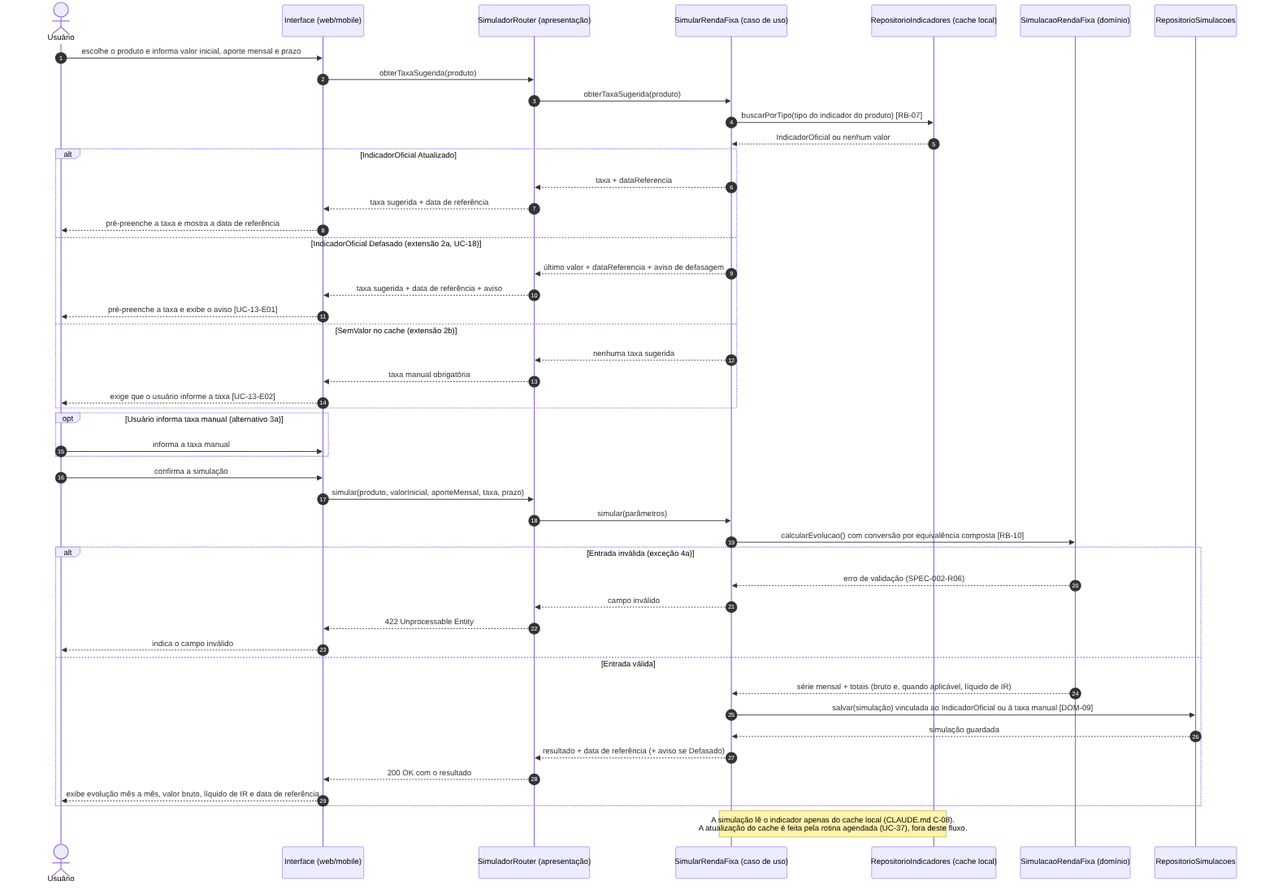
Before: docs/uml/seq-UC-13.png, a diagram exported from Mermaid (EricToshioGoya/Finance-management). Its source is kept beside it as docs/uml/seq-UC-13.mmd. Source of this version:
```mermaid
sequenceDiagram
    autonumber
    actor U as Usuário
    participant UI as Interface (web/mobile)
    participant R as SimuladorRouter (apresentação)
    participant C as SimularRendaFixa (caso de uso)
    participant I as RepositorioIndicadores (cache local)
    participant S as SimulacaoRendaFixa (domínio)
    participant DB as RepositorioSimulacoes

    U->>UI: escolhe o produto e informa valor inicial, aporte mensal e prazo
    UI->>R: obterTaxaSugerida(produto)
    R->>C: obterTaxaSugerida(produto)
    C->>I: buscarPorTipo(tipo do indicador do produto) [RB-07]
    I-->>C: IndicadorOficial ou nenhum valor

    alt IndicadorOficial Atualizado
        C-->>R: taxa + dataReferencia
        R-->>UI: taxa sugerida + data de referência
        UI-->>U: pré-preenche a taxa e mostra a data de referência
    else IndicadorOficial Defasado (extensão 2a, UC-18)
        C-->>R: último valor + dataReferencia + aviso de defasagem
        R-->>UI: taxa sugerida + data de referência + aviso
        UI-->>U: pré-preenche a taxa e exibe o aviso [UC-13-E01]
    else SemValor no cache (extensão 2b)
        C-->>R: nenhuma taxa sugerida
        R-->>UI: taxa manual obrigatória
        UI-->>U: exige que o usuário informe a taxa [UC-13-E02]
    end

    opt Usuário informa taxa manual (alternativo 3a)
        U->>UI: informa a taxa manual
    end

    U->>UI: confirma a simulação
    UI->>R: simular(produto, valorInicial, aporteMensal, taxa, prazo)
    R->>C: simular(parâmetros)
    C->>S: calcularEvolucao() com conversão por equivalência composta [RB-10]

    alt Entrada inválida (exceção 4a)
        S-->>C: erro de validação (SPEC-002-R06)
        C-->>R: campo inválido
        R-->>UI: 422 Unprocessable Entity
        UI-->>U: indica o campo inválido
    else Entrada válida
        S-->>C: série mensal + totais (bruto e, quando aplicável, líquido de IR)
        C->>DB: salvar(simulação) vinculada ao IndicadorOficial ou à taxa manual [DOM-09]
        DB-->>C: simulação guardada
        C-->>R: resultado + data de referência (+ aviso se Defasado)
        R-->>UI: 200 OK com o resultado
        UI-->>U: exibe evolução mês a mês, valor bruto, líquido de IR e data de referência
    end

    Note over C,I: A simulação lê o indicador apenas do cache local (CLAUDE.md C-08).<br/>A atualização do cache é feita pela rotina agendada (UC-37), fora deste fluxo.
```
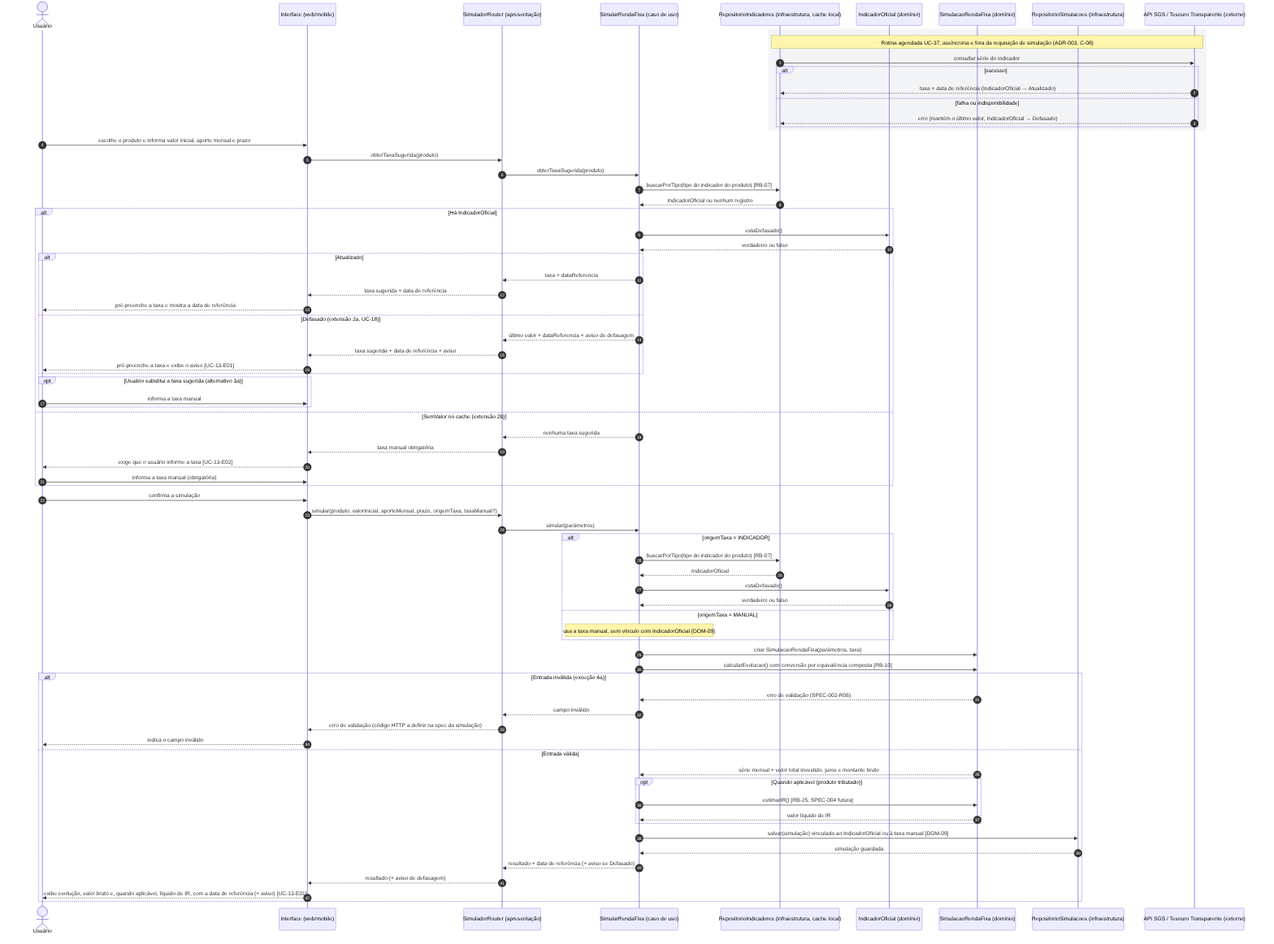
After the commit.

What changed in the source:
```diff
@@ -4,51 +4,80 @@
     participant UI as Interface (web/mobile)
     participant R as SimuladorRouter (apresentação)
     participant C as SimularRendaFixa (caso de uso)
-    participant I as RepositorioIndicadores (cache local)
+    participant I as RepositorioIndicadores (infraestrutura, cache local)
+    participant IO as IndicadorOficial (domínio)
     participant S as SimulacaoRendaFixa (domínio)
-    participant DB as RepositorioSimulacoes
+    participant DB as RepositorioSimulacoes (infraestrutura)
+    participant EXT as API SGS / Tesouro Transparente (externo)
+
+    rect rgb(243, 244, 246)
+        Note over I,EXT: Rotina agendada UC-37, assíncrona e fora da requisição de simulação (ADR-003, C-08)
+        I->>EXT: consultar série do indicador
+        alt sucesso
+            EXT-->>I: taxa + data de referência (IndicadorOficial → Atualizado)
+        else falha ou indisponibilidade
+            EXT-->>I: erro (mantém o último valor, IndicadorOficial → Defasado)
+        end
+    end
 
     U->>UI: escolhe o produto e informa valor inicial, aporte mensal e prazo
     UI->>R: obterTaxaSugerida(produto)
     R->>C: obterTaxaSugerida(produto)
     C->>I: buscarPorTipo(tipo do indicador do produto) [RB-07]
-    I-->>C: IndicadorOficial ou nenhum valor
+    I-->>C: IndicadorOficial ou nenhum registro
 
-    alt IndicadorOficial Atualizado
-        C-->>R: taxa + dataReferencia
-        R-->>UI: taxa sugerida + data de referência
-        UI-->>U: pré-preenche a taxa e mostra a data de referência
-    else IndicadorOficial Defasado (extensão 2a, UC-18)
-        C-->>R: último valor + dataReferencia + aviso de defasagem
-        R-->>UI: taxa sugerida + data de referência + aviso
-        UI-->>U: pré-preenche a taxa e exibe o aviso [UC-13-E01]
+    alt Há IndicadorOficial
+        C->>IO: estaDefasado()
+        IO-->>C: verdadeiro ou falso
+        alt Atualizado
+            C-->>R: taxa + dataReferencia
+            R-->>UI: taxa sugerida + data de referência
+            UI-->>U: pré-preenche a taxa e mostra a data de referência
+        else Defasado (extensão 2a, UC-18)
+            C-->>R: último valor + dataReferencia + aviso de defasagem
+            R-->>UI: taxa sugerida + data de referência + aviso
+            UI-->>U: pré-preenche a taxa e exibe o aviso [UC-13-E01]
+        end
+        opt Usuário substitui a taxa sugerida (alternativo 3a)
+            U->>UI: informa a taxa manual
+        end
     else SemValor no cache (extensão 2b)
         C-->>R: nenhuma taxa sugerida
         R-->>UI: taxa manual obrigatória
         UI-->>U: exige que o usuário informe a taxa [UC-13-E02]
-    end
-
-    opt Usuário informa taxa manual (alternativo 3a)
-        U->>UI: informa a taxa manual
+        U->>UI: informa a taxa manual (obrigatória)
     end
 
     U->>UI: confirma a simulação
-    UI->>R: simular(produto, valorInicial, aporteMensal, taxa, prazo)
+    UI->>R: simular(produto, valorInicial, aporteMensal, prazo, origemTaxa, taxaManual?)
     R->>C: simular(parâmetros)
+
+    alt origemTaxa = INDICADOR
+        C->>I: buscarPorTipo(tipo do indicador do produto) [RB-07]
+        I-->>C: IndicadorOficial
+        C->>IO: estaDefasado()
+        IO-->>C: verdadeiro ou falso
+    else origemTaxa = MANUAL
+        Note over C: usa a taxa manual, sem vínculo com IndicadorOficial (DOM-09)
+    end
+
+    C->>S: criar SimulacaoRendaFixa(parâmetros, taxa)
     C->>S: calcularEvolucao() com conversão por equivalência composta [RB-10]
 
     alt Entrada inválida (exceção 4a)
         S-->>C: erro de validação (SPEC-002-R06)
         C-->>R: campo inválido
-        R-->>UI: 422 Unprocessable Entity
+        R-->>UI: erro de validação (código HTTP a definir na spec da simulação)
         UI-->>U: indica o campo inválido
     else Entrada válida
-        S-->>C: série mensal + totais (bruto e, quando aplicável, líquido de IR)
+        S-->>C: série mensal + valor total investido, juros e montante bruto
+        opt Quando aplicável (produto tributado)
+            C->>S: estimarIR() [RB-25, SPEC-004 futura]
+            S-->>C: valor líquido de IR
+        end
         C->>DB: salvar(simulação) vinculada ao IndicadorOficial ou à taxa manual [DOM-09]
         DB-->>C: simulação guardada
         C-->>R: resultado + data de referência (+ aviso se Defasado)
-        R-->>UI: 200 OK com o resultado
-        UI-->>U: exibe evolução mês a mês, valor bruto, líquido de IR e data de referência
+        R-->>UI: resultado (+ aviso de defasagem)
+        UI-->>U: exibe evolução, valor bruto e, quando aplicável, líquido de IR, com a data de referência (+ aviso) [UC-13-E01]
     end
-
-    Note over C,I: A simulação lê o indicador apenas do cache local (CLAUDE.md C-08).<br/>A atualização do cache é feita pela rotina agendada (UC-37), fora deste fluxo.
```
